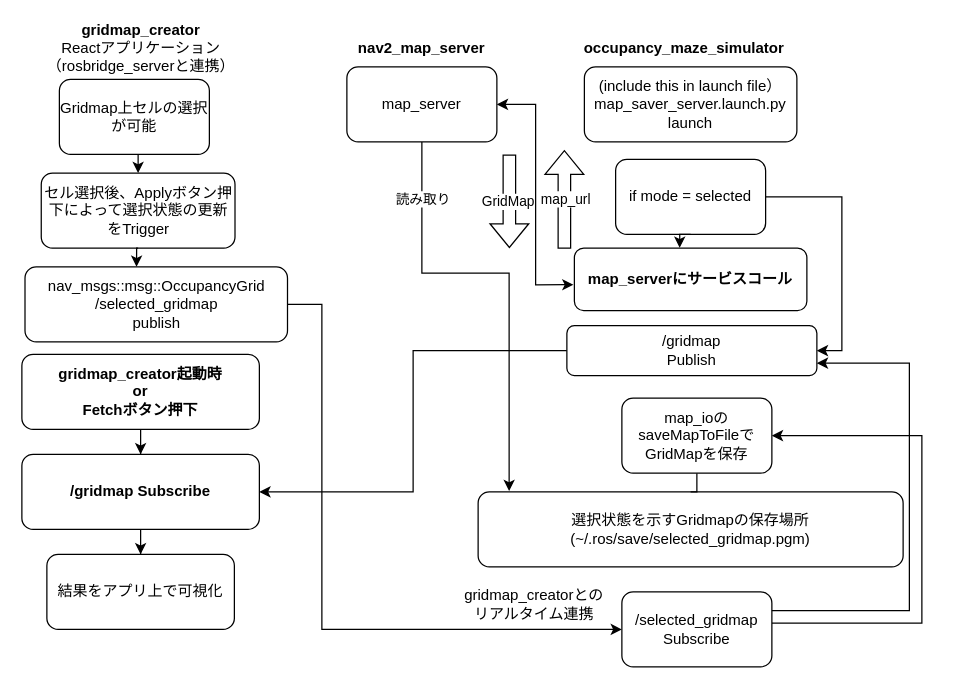
Before: occupancy_maze_simulator/doc/customizable_gridmap_handling_v2.drawio in pampem/OccupancyMazeSimulator, a draw.io diagram. Source tidied: cells renumbered, new cells numbered last; positions are measured from the earlier drawing's top-left corner, leaving out a move shared by most shapes. Both pictures are drawn from the tidied source at 125%, with x=0, y=0 at pixel (21, 22).
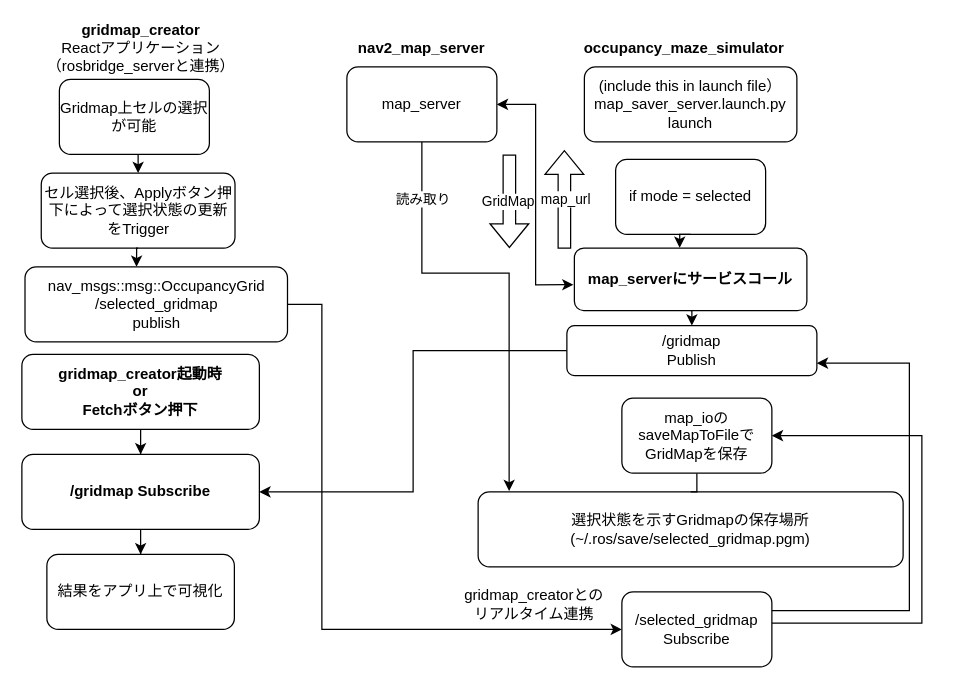
The same diagram, later.

The change refers to these unchanged cells:
```xml
<mxCell id="13" value="if mode = selected" style="rounded=1;whiteSpace=wrap;html=1;" parent="1" vertex="1">
  <mxGeometry x="475" y="109" width="120" height="60" as="geometry" />
</mxCell>
<mxCell id="14" value="&lt;b&gt;map_serverにサービスコール&lt;/b&gt;" style="rounded=1;whiteSpace=wrap;html=1;" parent="1" vertex="1">
  <mxGeometry x="442" y="180" width="186" height="50" as="geometry" />
</mxCell>
<mxCell id="36" value="/gridmap&lt;div&gt;Publish&lt;/div&gt;" style="rounded=1;whiteSpace=wrap;html=1;" parent="1" vertex="1">
  <mxGeometry x="436" y="242" width="200" height="40" as="geometry" />
</mxCell>
```

The edit, as a diff of the source:
```diff
@@
-    <mxCell id="12" style="edgeStyle=orthogonalEdgeStyle;rounded=0;jettySize=auto;html=1;exitX=1;exitY=0.5;exitDx=0;exitDy=0;entryX=1;entryY=0.5;entryDx=0;entryDy=0;" parent="1" edge="1" source="13" target="36">
-      <mxGeometry relative="1" as="geometry" />
-    </mxCell>
@@
+    <mxCell id="38" style="edgeStyle=orthogonalEdgeStyle;rounded=0;jettySize=auto;html=1;exitX=0.5;exitY=1;exitDx=0;exitDy=0;entryX=0.5;entryY=0;entryDx=0;entryDy=0;" parent="1" edge="1" source="14" target="36">
+      <mxGeometry relative="1" as="geometry" />
+    </mxCell>
```
